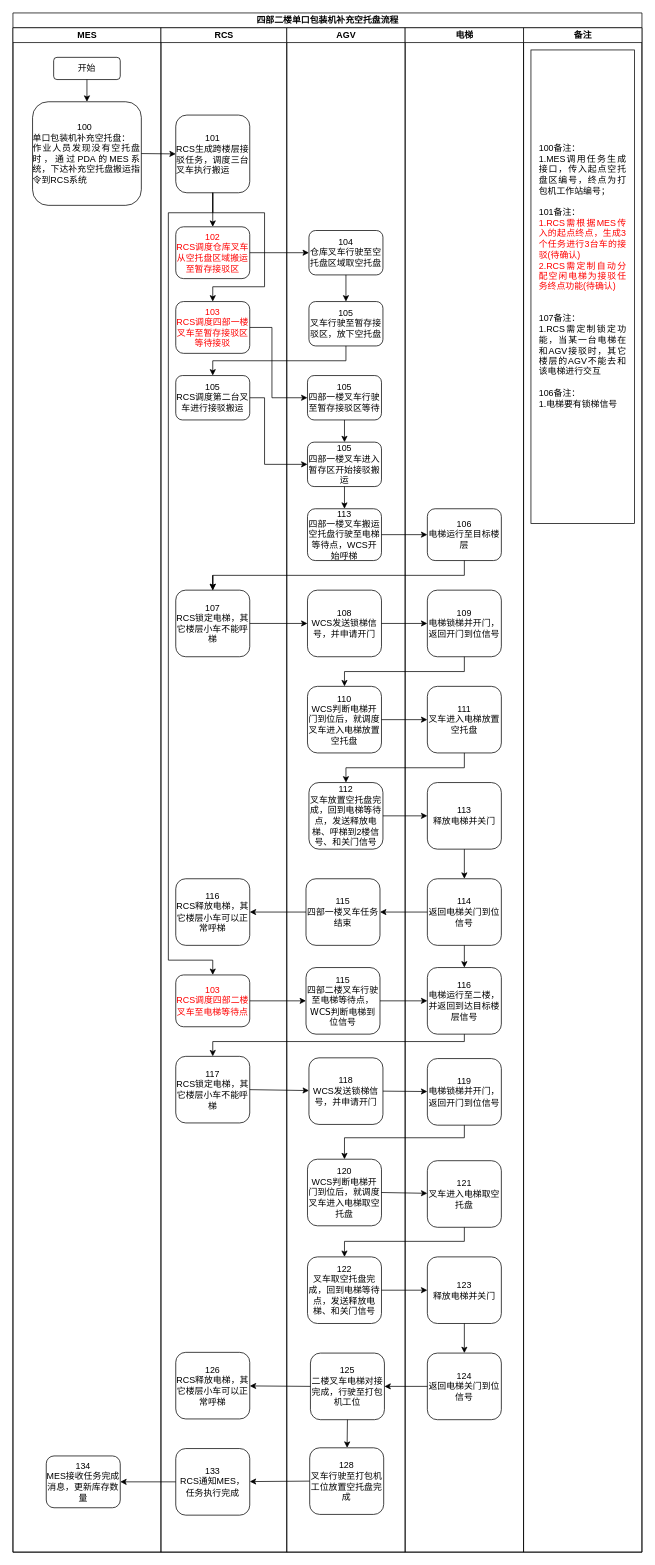
Above: page "四部二楼单口包装机补充空托盘流程" (7 of 21) of data/伍子醉作业流程图0221.drawio in chenyanxi/hosts (draw.io), before the change. Source tidied: cells renumbered, new cells numbered last; positions are measured from the earlier drawing's top-left corner, leaving out a move shared by most shapes. Both pictures are drawn from the tidied source at 74%, with x=0, y=0 at pixel (13, 13).
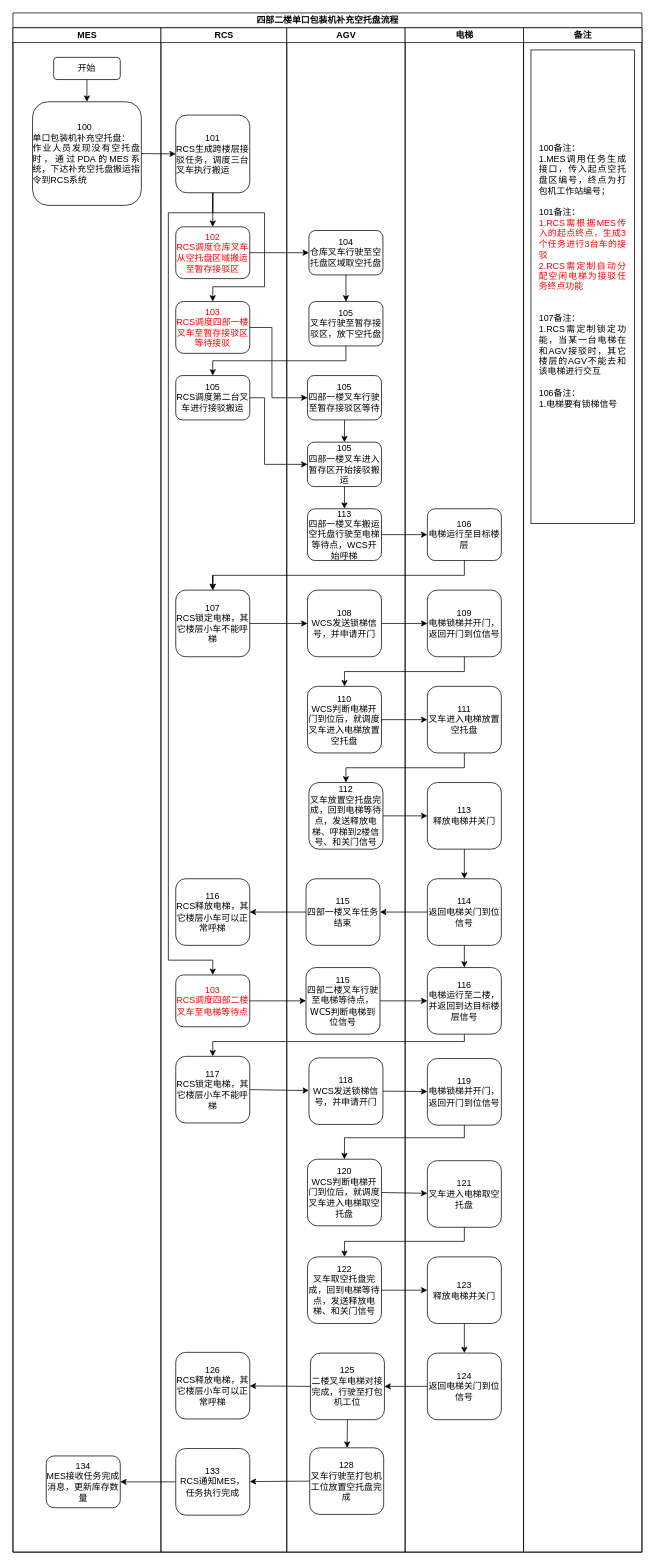
The same diagram, later.

The change refers to these unchanged cells:
```xml
<mxCell id="58" value="备注" style="swimlane;html=1;startSize=20;" parent="2" vertex="1">
  <mxGeometry x="690" y="20" width="160" height="2060" as="geometry" />
</mxCell>
```

Diff of the diagram source:
```diff
@@
-    <mxCell id="59" value="&lt;div style=&quot;&quot;&gt;&lt;div style=&quot;text-align: justify;&quot;&gt;100备注：&lt;/div&gt;&lt;div style=&quot;text-align: justify;&quot;&gt;&lt;span style=&quot;background-color: transparent; color: light-dark(rgb(0, 0, 0), rgb(255, 255, 255));&quot;&gt;1.MES调用任务生成接口，传入起点空托盘区编号，终点为打包机工作站编号；&lt;/span&gt;&lt;/div&gt;&lt;div style=&quot;text-align: justify;&quot;&gt;&lt;span style=&quot;background-color: transparent; color: light-dark(rgb(0, 0, 0), rgb(255, 255, 255));&quot;&gt;&lt;br&gt;&lt;/span&gt;&lt;/div&gt;&lt;div style=&quot;text-align: justify;&quot;&gt;&lt;span style=&quot;background-color: transparent; color: light-dark(rgb(0, 0, 0), rgb(255, 255, 255));&quot;&gt;101备注：&lt;/span&gt;&lt;/div&gt;&lt;div style=&quot;text-align: justify;&quot;&gt;&lt;span style=&quot;background-color: transparent;&quot;&gt;&lt;font style=&quot;color: light-dark(rgb(255, 0, 0), rgb(255, 255, 255));&quot;&gt;1.RCS需根据MES传入的起点终点，生成3个任务进行3台车的接驳(待确认)&lt;/font&gt;&lt;/span&gt;&lt;/div&gt;&lt;div style=&quot;text-align: justify;&quot;&gt;&lt;div&gt;&lt;span style=&quot;background-color: initial; text-align: center;&quot;&gt;&lt;font style=&quot;color: rgb(255, 0, 0);&quot;&gt;2.RCS需定制自动分配空闲电梯为接驳任务终点功能(待确认)&lt;/font&gt;&lt;/span&gt;&lt;/div&gt;&lt;div&gt;&lt;span style=&quot;text-align: center; background-color: initial;&quot;&gt;&lt;br&gt;&lt;/span&gt;&lt;/div&gt;&lt;div&gt;&lt;span style=&quot;text-align: center; background-color: initial;&quot;&gt;&lt;br&gt;&lt;/span&gt;&lt;/div&gt;&lt;div&gt;&lt;span style=&quot;text-align: center; background-color: initial;&quot;&gt;107备注：&lt;/span&gt;&lt;/div&gt;&lt;div&gt;&lt;span style=&quot;text-align: center; background-color: initial;&quot;&gt;1.RCS需定制锁定功能，当某一台电梯在和AGV接驳时，其它楼层的AGV不能去和该电梯进行交互&lt;/span&gt;&lt;/div&gt;&lt;div&gt;&lt;span style=&quot;text-align: center; background-color: initial;&quot;&gt;&lt;br&gt;&lt;/span&gt;&lt;/div&gt;&lt;div&gt;&lt;span style=&quot;text-align: center; background-color: initial;&quot;&gt;106备注：&lt;/span&gt;&lt;/div&gt;&lt;div&gt;&lt;span style=&quot;text-align: center; background-color: initial;&quot;&gt;1.电梯要有锁梯信号&lt;/span&gt;&lt;/div&gt;&lt;/div&gt;&lt;div style=&quot;text-align: justify;&quot;&gt;&lt;br&gt;&lt;/div&gt;&lt;div style=&quot;text-align: justify;&quot;&gt;&lt;br&gt;&lt;/div&gt;&lt;/div&gt;" style="rounded=0;whiteSpace=wrap;html=1;spacingTop=5;spacingLeft=10;spacingBottom=5;spacingRight=10;" parent="58" vertex="1">
+    <mxCell id="59" value="&lt;div style=&quot;&quot;&gt;&lt;div style=&quot;text-align: justify;&quot;&gt;100备注：&lt;/div&gt;&lt;div style=&quot;text-align: justify;&quot;&gt;&lt;span style=&quot;background-color: transparent; color: light-dark(rgb(0, 0, 0), rgb(255, 255, 255));&quot;&gt;1.MES调用任务生成接口，传入起点空托盘区编号，终点为打包机工作站编号；&lt;/span&gt;&lt;/div&gt;&lt;div style=&quot;text-align: justify;&quot;&gt;&lt;span style=&quot;background-color: transparent; color: light-dark(rgb(0, 0, 0), rgb(255, 255, 255));&quot;&gt;&lt;br&gt;&lt;/span&gt;&lt;/div&gt;&lt;div style=&quot;text-align: justify;&quot;&gt;&lt;span style=&quot;background-color: transparent; color: light-dark(rgb(0, 0, 0), rgb(255, 255, 255));&quot;&gt;101备注：&lt;/span&gt;&lt;/div&gt;&lt;div style=&quot;text-align: justify;&quot;&gt;&lt;span style=&quot;background-color: transparent;&quot;&gt;&lt;font style=&quot;color: light-dark(rgb(255, 0, 0), rgb(255, 255, 255));&quot;&gt;1.RCS需根据MES传入的起点终点，生成3个任务进行3台车的接驳&lt;/font&gt;&lt;/span&gt;&lt;/div&gt;&lt;div style=&quot;text-align: justify;&quot;&gt;&lt;div&gt;&lt;span style=&quot;background-color: initial; text-align: center;&quot;&gt;&lt;font style=&quot;color: rgb(255, 0, 0);&quot;&gt;2.RCS需定制自动分配空闲电梯为接驳任务终点功能&lt;/font&gt;&lt;/span&gt;&lt;/div&gt;&lt;div&gt;&lt;span style=&quot;text-align: center; background-color: initial;&quot;&gt;&lt;br&gt;&lt;/span&gt;&lt;/div&gt;&lt;div&gt;&lt;span style=&quot;text-align: center; background-color: initial;&quot;&gt;&lt;br&gt;&lt;/span&gt;&lt;/div&gt;&lt;div&gt;&lt;span style=&quot;text-align: center; background-color: initial;&quot;&gt;107备注：&lt;/span&gt;&lt;/div&gt;&lt;div&gt;&lt;span style=&quot;text-align: center; background-color: initial;&quot;&gt;1.RCS需定制锁定功能，当某一台电梯在和AGV接驳时，其它楼层的AGV不能去和该电梯进行交互&lt;/span&gt;&lt;/div&gt;&lt;div&gt;&lt;span style=&quot;text-align: center; background-color: initial;&quot;&gt;&lt;br&gt;&lt;/span&gt;&lt;/div&gt;&lt;div&gt;&lt;span style=&quot;text-align: center; background-color: initial;&quot;&gt;106备注：&lt;/span&gt;&lt;/div&gt;&lt;div&gt;&lt;span style=&quot;text-align: center; background-color: initial;&quot;&gt;1.电梯要有锁梯信号&lt;/span&gt;&lt;/div&gt;&lt;/div&gt;&lt;div style=&quot;text-align: justify;&quot;&gt;&lt;br&gt;&lt;/div&gt;&lt;div style=&quot;text-align: justify;&quot;&gt;&lt;br&gt;&lt;/div&gt;&lt;/div&gt;" style="rounded=0;whiteSpace=wrap;html=1;spacingTop=5;spacingLeft=10;spacingBottom=5;spacingRight=10;" parent="58" vertex="1">
       <mxGeometry x="10" y="30" width="140" height="640" as="geometry" />
     </mxCell>
```
